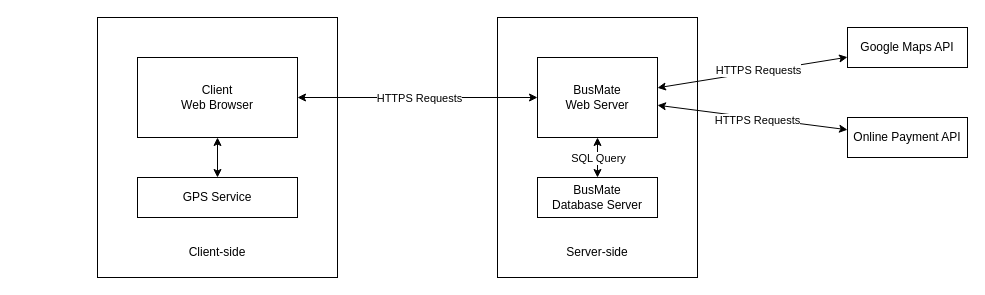
Before: documentation/drawings/system-block-diagram.drawio in kmuali/BusMate, a draw.io diagram. Source tidied: cells renumbered, new cells numbered last; positions are measured from the earlier drawing's top-left corner, leaving out a move shared by most shapes. Both pictures are drawn from the tidied source at 100%, with x=0, y=0 at pixel (97, 17).
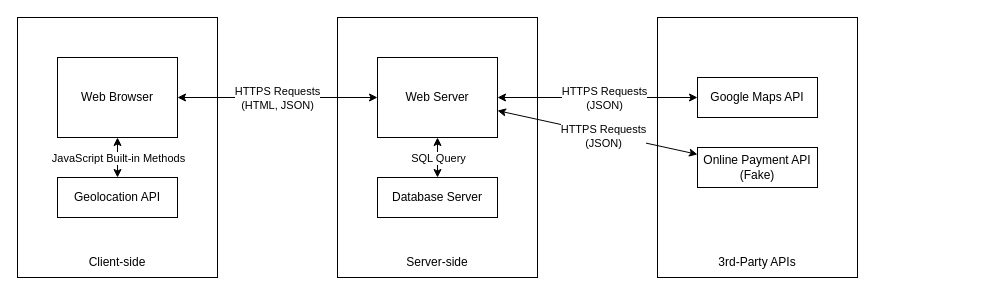
After the change.

The change refers to these unchanged cells:
```xml
<mxCell id="6" style="endArrow=classic;startArrow=classic;html=1;rounded=0;" parent="1" edge="1" source="4" target="5">
  <mxGeometry relative="1" as="geometry" />
</mxCell>
<mxCell id="13" style="endArrow=classic;startArrow=classic;html=1;rounded=0;" parent="1" edge="1" source="9" target="5">
  <mxGeometry relative="1" as="geometry" />
</mxCell>
<mxCell id="19" style="endArrow=classic;startArrow=classic;html=1;rounded=0;" parent="1" edge="1" source="18" target="5">
  <mxGeometry relative="1" as="geometry" />
</mxCell>
```

Change to the diagram source:
```diff
@@
-    <mxCell id="2" value="&lt;br&gt;" style="rounded=0;whiteSpace=wrap;html=1;" parent="1" vertex="1">
-      <mxGeometry width="240" height="260" as="geometry" />
+    <mxCell id="2" style="rounded=0;whiteSpace=wrap;html=1;" parent="1" vertex="1">
+      <mxGeometry x="-80" width="200" height="260" as="geometry" />
     </mxCell>
     <mxCell id="3" style="rounded=0;whiteSpace=wrap;html=1;" parent="1" vertex="1">
-      <mxGeometry x="400" width="200" height="260" as="geometry" />
+      <mxGeometry x="240" width="200" height="260" as="geometry" />
     </mxCell>
-    <mxCell id="4" value="Client&lt;br&gt;Web Browser" style="whiteSpace=wrap;html=1;" parent="1" vertex="1">
-      <mxGeometry x="40" y="40" width="160" height="80" as="geometry" />
+    <mxCell id="4" value="Web Browser" style="whiteSpace=wrap;html=1;" parent="1" vertex="1">
+      <mxGeometry x="-40" y="40" width="120" height="80" as="geometry" />
     </mxCell>
-    <mxCell id="5" value="BusMate&lt;br&gt;Web Server" style="whiteSpace=wrap;html=1;" parent="1" vertex="1">
-      <mxGeometry x="440" y="40" width="120" height="80" as="geometry" />
+    <mxCell id="5" value="Web Server" style="whiteSpace=wrap;html=1;" parent="1" vertex="1">
+      <mxGeometry x="280" y="40" width="120" height="80" as="geometry" />
     </mxCell>
@@
-    <mxCell id="7" value="HTTPS Requests" style="edgeLabel;html=1;align=center;verticalAlign=middle;" parent="6" vertex="1">
+    <mxCell id="7" value="HTTPS Requests&lt;br&gt;(HTML, JSON)" style="edgeLabel;html=1;align=center;verticalAlign=middle;" parent="6" vertex="1">
       <mxGeometry x="0.09" y="2" relative="1" as="geometry">
         <mxPoint x="-10" y="2" as="offset" />
       </mxGeometry>
     </mxCell>
-    <mxCell id="8" value="BusMate&lt;br&gt;Database Server" style="rounded=0;whiteSpace=wrap;html=1;" parent="1" vertex="1">
-      <mxGeometry x="440" y="160" width="120" height="40" as="geometry" />
+    <mxCell id="8" value="Database Server" style="rounded=0;whiteSpace=wrap;html=1;" parent="1" vertex="1">
+      <mxGeometry x="280" y="160" width="120" height="40" as="geometry" />
     </mxCell>
-    <mxCell id="9" value="Google Maps API" style="rounded=0;whiteSpace=wrap;html=1;" parent="1" vertex="1">
-      <mxGeometry x="750" y="10" width="120" height="40" as="geometry" />
-    </mxCell>
-    <mxCell id="10" value="GPS Service" style="rounded=0;whiteSpace=wrap;html=1;" parent="1" vertex="1">
-      <mxGeometry x="40" y="160" width="160" height="40" as="geometry" />
+    <mxCell id="10" value="Geolocation API" style="rounded=0;whiteSpace=wrap;html=1;" parent="1" vertex="1">
+      <mxGeometry x="-40" y="160" width="120" height="40" as="geometry" />
     </mxCell>
@@
+    <mxCell id="15" style="endArrow=classic;startArrow=classic;html=1;rounded=0;" parent="1" edge="1" source="10" target="4">
+      <mxGeometry relative="1" as="geometry" />
+    </mxCell>
+    <mxCell id="21" value="JavaScript Built-in Methods" style="edgeLabel;html=1;align=center;verticalAlign=middle;" parent="15" vertex="1">
+      <mxGeometry x="-0.16" relative="1" as="geometry">
+        <mxPoint y="-3" as="offset" />
+      </mxGeometry>
+    </mxCell>
+    <mxCell id="16" value="Client-side" style="text;html=1;strokeColor=none;fillColor=none;align=center;verticalAlign=middle;whiteSpace=wrap;rounded=0;" parent="1" vertex="1">
+      <mxGeometry x="-10" y="230" width="60" height="30" as="geometry" />
+    </mxCell>
+    <mxCell id="17" value="Server-side" style="text;html=1;strokeColor=none;fillColor=none;align=center;verticalAlign=middle;whiteSpace=wrap;rounded=0;" parent="1" vertex="1">
+      <mxGeometry x="300" y="230" width="80" height="30" as="geometry" />
+    </mxCell>
+    <mxCell id="22" style="rounded=0;whiteSpace=wrap;html=1;" parent="1" vertex="1">
+      <mxGeometry x="560" width="200" height="260" as="geometry" />
+    </mxCell>
@@
-    <mxCell id="14" value="HTTPS Requests" style="edgeLabel;html=1;align=center;verticalAlign=middle;" parent="13" vertex="1">
+    <mxCell id="14" value="HTTPS Requests&lt;br&gt;(JSON)" style="edgeLabel;html=1;align=center;verticalAlign=middle;" parent="13" vertex="1">
       <mxGeometry x="-0.17" relative="1" as="geometry">
         <mxPoint x="-11" as="offset" />
       </mxGeometry>
     </mxCell>
-    <mxCell id="15" style="endArrow=classic;startArrow=classic;html=1;rounded=0;" parent="1" edge="1" source="10" target="4">
-      <mxGeometry relative="1" as="geometry" />
-    </mxCell>
-    <mxCell id="16" value="Client-side" style="text;html=1;strokeColor=none;fillColor=none;align=center;verticalAlign=middle;whiteSpace=wrap;rounded=0;" parent="1" vertex="1">
-      <mxGeometry x="90" y="220" width="60" height="30" as="geometry" />
-    </mxCell>
-    <mxCell id="17" value="Server-side" style="text;html=1;strokeColor=none;fillColor=none;align=center;verticalAlign=middle;whiteSpace=wrap;rounded=0;" parent="1" vertex="1">
-      <mxGeometry x="460" y="220" width="80" height="30" as="geometry" />
-    </mxCell>
-    <mxCell id="18" value="Online Payment API" style="rounded=0;whiteSpace=wrap;html=1;" parent="1" vertex="1">
-      <mxGeometry x="750" y="100" width="120" height="40" as="geometry" />
+    <mxCell id="18" value="Online Payment API&lt;br&gt;(Fake)" style="rounded=0;whiteSpace=wrap;html=1;" parent="1" vertex="1">
+      <mxGeometry x="600" y="130" width="120" height="40" as="geometry" />
     </mxCell>
@@
-    <mxCell id="20" value="HTTPS Requests" style="edgeLabel;html=1;align=center;verticalAlign=middle;" parent="19" vertex="1">
+    <mxCell id="20" value="HTTPS Requests&lt;br&gt;(JSON)" style="edgeLabel;html=1;align=center;verticalAlign=middle;" parent="19" vertex="1">
       <mxGeometry x="-0.17" relative="1" as="geometry">
         <mxPoint x="-11" as="offset" />
       </mxGeometry>
     </mxCell>
+    <mxCell id="9" value="Google Maps API" style="rounded=0;whiteSpace=wrap;html=1;" parent="1" vertex="1">
+      <mxGeometry x="600" y="60" width="120" height="40" as="geometry" />
+    </mxCell>
+    <mxCell id="23" value="3rd-Party APIs" style="text;html=1;strokeColor=none;fillColor=none;align=center;verticalAlign=middle;whiteSpace=wrap;rounded=0;" parent="1" vertex="1">
+      <mxGeometry x="610" y="230" width="100" height="30" as="geometry" />
+    </mxCell>
```
